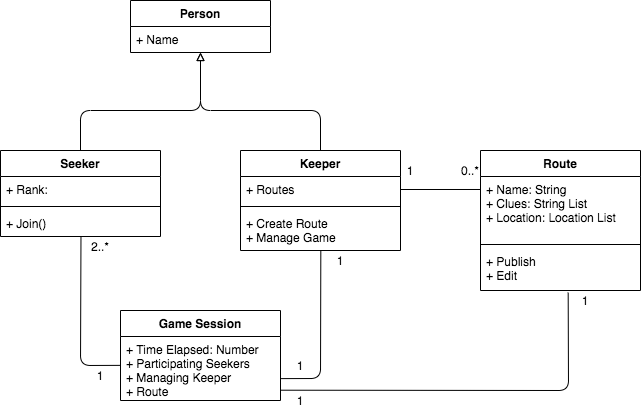
calvin-cs262-fall2020-teamG/predestination-project keeps this draw.io diagram as images/UML.png. Above is the earlier version. Source tidied: cells renumbered, new cells last; positions are measured from the earlier drawing's top-left corner, leaving out a move shared by most shapes.
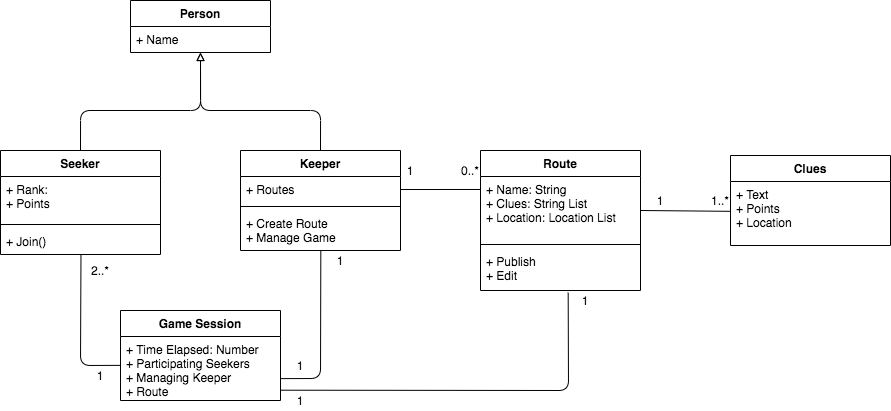
Later version of the same file.

Commit message:
Updated UML to show multiplicitiesm inheritance, and finalized the structure

Diff of the diagram source:
```diff
@@ -6,7 +6,7 @@
       <mxGeometry x="450" y="160" width="40" height="20" as="geometry" />
     </mxCell>
     <mxCell id="3" value="2..*" style="text;html=1;strokeColor=none;fillColor=none;align=center;verticalAlign=middle;whiteSpace=wrap;rounded=0;dashed=1;" parent="1" vertex="1">
-      <mxGeometry x="80" y="236" width="40" height="20" as="geometry" />
+      <mxGeometry x="80" y="260" width="40" height="20" as="geometry" />
     </mxCell>
     <mxCell id="4" style="endArrow=none;endSize=12;html=1;entryX=0.548;entryY=1.052;entryDx=0;entryDy=0;entryPerimeter=0;exitX=1.002;exitY=0.839;exitDx=0;exitDy=0;exitPerimeter=0;endFill=0;" parent="1" edge="1" source="23" target="17">
       <mxGeometry x="-0.44" relative="1" as="geometry">
@@ -23,16 +23,16 @@
       </mxGeometry>
     </mxCell>
     <mxCell id="6" value="Seeker" style="swimlane;fontStyle=1;align=center;verticalAlign=top;horizontal=1;startSize=26;" parent="1" vertex="1">
-      <mxGeometry y="150" width="160" height="86" as="geometry" />
+      <mxGeometry y="150" width="160" height="104" as="geometry" />
     </mxCell>
-    <mxCell id="7" value="+ Rank: " style="text;strokeColor=none;fillColor=none;align=left;verticalAlign=top;spacingLeft=4;spacingRight=4;overflow=hidden;" parent="6" vertex="1">
-      <mxGeometry y="26" width="160" height="26" as="geometry" />
+    <mxCell id="7" value="+ Rank: &#10;+ Points" style="text;strokeColor=none;fillColor=none;align=left;verticalAlign=top;spacingLeft=4;spacingRight=4;overflow=hidden;" parent="6" vertex="1">
+      <mxGeometry y="26" width="160" height="44" as="geometry" />
     </mxCell>
     <mxCell id="8" style="line;strokeWidth=1;fillColor=none;align=left;verticalAlign=middle;spacingTop=-1;spacingLeft=3;spacingRight=3;labelPosition=right;" parent="6" vertex="1">
-      <mxGeometry y="52" width="160" height="8" as="geometry" />
+      <mxGeometry y="70" width="160" height="8" as="geometry" />
     </mxCell>
     <mxCell id="9" value="+ Join()" style="text;strokeColor=none;fillColor=none;align=left;verticalAlign=top;spacingLeft=4;spacingRight=4;overflow=hidden;points=[[0,0.5],[1,0.5]];portConstraint=eastwest;" parent="6" vertex="1">
-      <mxGeometry y="60" width="160" height="26" as="geometry" />
+      <mxGeometry y="78" width="160" height="26" as="geometry" />
     </mxCell>
     <mxCell id="10" value="Keeper" style="swimlane;fontStyle=1;align=center;verticalAlign=top;horizontal=1;startSize=26;" parent="1" vertex="1">
       <mxGeometry x="240" y="150" width="160" height="100" as="geometry" />
@@ -114,5 +114,24 @@
     <mxCell id="31" value="1" style="text;html=1;strokeColor=none;fillColor=none;align=center;verticalAlign=middle;whiteSpace=wrap;rounded=0;" parent="1" vertex="1">
       <mxGeometry x="285" y="390" width="30" height="20" as="geometry" />
     </mxCell>
+    <mxCell id="32" value="Clues" style="swimlane;fontStyle=1;align=center;verticalAlign=top;horizontal=1;startSize=26;" parent="1" vertex="1">
+      <mxGeometry x="730" y="155" width="160" height="90" as="geometry" />
+    </mxCell>
+    <mxCell id="33" value="+ Text&#10;+ Points&#10;+ Location" style="text;strokeColor=none;fillColor=none;align=left;verticalAlign=top;spacingLeft=4;spacingRight=4;overflow=hidden;points=[[0,0.5],[1,0.5]];portConstraint=eastwest;" parent="32" vertex="1">
+      <mxGeometry y="26" width="160" height="64" as="geometry" />
+    </mxCell>
+    <mxCell id="34" style="edgeStyle=orthogonalEdgeStyle;rounded=0;jettySize=auto;html=1;exitX=0;exitY=1;exitDx=0;exitDy=0;entryX=0;entryY=0.466;entryDx=0;entryDy=0;entryPerimeter=0;startArrow=none;startFill=0;endArrow=none;endFill=0;" parent="1" edge="1" source="35" target="33">
+      <mxGeometry relative="1" as="geometry">
+        <Array as="points">
+          <mxPoint x="640" y="211" />
+        </Array>
+      </mxGeometry>
+    </mxCell>
+    <mxCell id="35" value="1" style="text;html=1;strokeColor=none;fillColor=none;align=center;verticalAlign=middle;whiteSpace=wrap;rounded=0;" parent="1" vertex="1">
+      <mxGeometry x="640" y="190" width="40" height="20" as="geometry" />
+    </mxCell>
+    <mxCell id="36" value="1..*" style="text;html=1;strokeColor=none;fillColor=none;align=center;verticalAlign=middle;whiteSpace=wrap;rounded=0;" parent="1" vertex="1">
+      <mxGeometry x="700" y="190" width="40" height="20" as="geometry" />
+    </mxCell>
   </root>
 </mxGraphModel>
```
